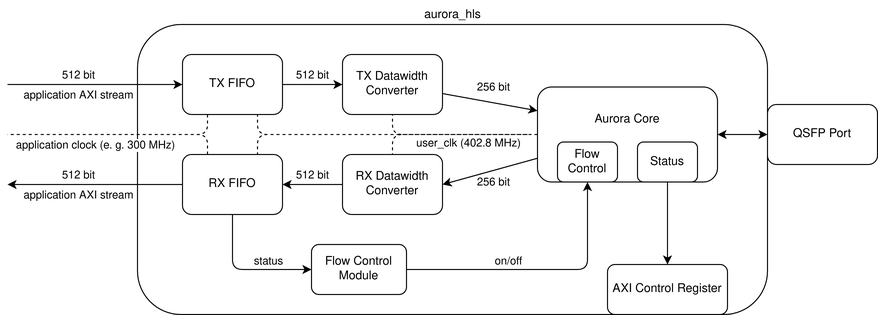
Earlier version of the draw.io export images/block_diagram.drawio.png (pc2/Aurora-HLS). Source tidied: cells renumbered, new cells last; positions are measured from the earlier drawing's top-left corner, leaving out a move shared by most shapes. Source of this version:
```xml
<mxGraphModel>
  <root>
    <mxCell id="0" />
    <mxCell id="1" parent="0" />
    <mxCell id="2" style="rounded=1;whiteSpace=wrap;html=1;" parent="1" vertex="1">
      <mxGeometry x="130" y="24" width="630" height="290" as="geometry" />
    </mxCell>
    <mxCell id="3" value="aurora_hls" style="text;html=1;align=center;verticalAlign=middle;strokeColor=none;fillColor=none;" parent="1" vertex="1">
      <mxGeometry x="405" width="80" height="30" as="geometry" />
    </mxCell>
    <mxCell id="4" style="edgeStyle=none;html=1;entryX=1;entryY=0.5;entryDx=0;entryDy=0;exitX=0;exitY=0.75;exitDx=0;exitDy=0;" parent="1" edge="1" source="5" target="12">
      <mxGeometry relative="1" as="geometry" />
    </mxCell>
    <mxCell id="5" value="Aurora Core&lt;br&gt;&lt;br&gt;&lt;br&gt;" style="rounded=1;whiteSpace=wrap;html=1;" parent="1" vertex="1">
      <mxGeometry x="530" y="86.5" width="180" height="95" as="geometry" />
    </mxCell>
    <mxCell id="6" style="edgeStyle=none;html=1;entryX=0;entryY=0.25;entryDx=0;entryDy=0;" parent="1" edge="1" source="8" target="5">
      <mxGeometry relative="1" as="geometry" />
    </mxCell>
    <mxCell id="7" value="256 bit" style="edgeLabel;html=1;align=center;verticalAlign=middle;" parent="6" vertex="1">
      <mxGeometry x="-0.55" y="-1" relative="1" as="geometry">
        <mxPoint x="29" y="-11" as="offset" />
      </mxGeometry>
    </mxCell>
    <mxCell id="8" value="TX Datawidth&lt;br&gt;Converter" style="rounded=1;whiteSpace=wrap;html=1;" parent="1" vertex="1">
      <mxGeometry x="335" y="54" width="100" height="60" as="geometry" />
    </mxCell>
    <mxCell id="9" value="QSFP Port" style="rounded=1;whiteSpace=wrap;html=1;" parent="1" vertex="1">
      <mxGeometry x="760" y="104" width="110" height="60" as="geometry" />
    </mxCell>
    <mxCell id="10" style="endArrow=classic;startArrow=classic;html=1;entryX=0;entryY=0.5;entryDx=0;entryDy=0;exitX=1;exitY=0.5;exitDx=0;exitDy=0;" parent="1" edge="1" source="5" target="9">
      <mxGeometry relative="1" as="geometry" />
    </mxCell>
    <mxCell id="11" style="edgeStyle=none;html=1;entryX=1;entryY=0.5;entryDx=0;entryDy=0;" parent="1" edge="1" source="12" target="17">
      <mxGeometry relative="1" as="geometry" />
    </mxCell>
    <mxCell id="12" value="RX Datawidth&lt;br&gt;Converter" style="rounded=1;whiteSpace=wrap;html=1;" parent="1" vertex="1">
      <mxGeometry x="335" y="154" width="100" height="60" as="geometry" />
    </mxCell>
    <mxCell id="13" value="256 bit" style="edgeLabel;html=1;align=center;verticalAlign=middle;" parent="1" vertex="1">
      <mxGeometry x="485" y="181.5" as="geometry" />
    </mxCell>
    <mxCell id="14" value="TX FIFO" style="rounded=1;whiteSpace=wrap;html=1;" parent="1" vertex="1">
      <mxGeometry x="175" y="54" width="100" height="60" as="geometry" />
    </mxCell>
    <mxCell id="15" style="edgeStyle=none;html=1;entryX=0;entryY=0.5;entryDx=0;entryDy=0;" parent="1" edge="1" source="17" target="39">
      <mxGeometry relative="1" as="geometry">
        <Array as="points">
          <mxPoint x="225" y="269" />
        </Array>
      </mxGeometry>
    </mxCell>
    <mxCell id="16" value="status" style="edgeLabel;html=1;align=center;verticalAlign=middle;" parent="15" vertex="1">
      <mxGeometry x="0.12" relative="1" as="geometry">
        <mxPoint x="15" y="-9" as="offset" />
      </mxGeometry>
    </mxCell>
    <mxCell id="17" value="RX FIFO" style="rounded=1;whiteSpace=wrap;html=1;" parent="1" vertex="1">
      <mxGeometry x="175" y="154" width="100" height="60" as="geometry" />
    </mxCell>
    <mxCell id="18" value="512 bit" style="edgeLabel;html=1;align=center;verticalAlign=middle;" parent="1" vertex="1">
      <mxGeometry x="304" y="174" as="geometry" />
    </mxCell>
    <mxCell id="19" style="endArrow=none;dashed=1;html=1;exitX=0;exitY=0.5;exitDx=0;exitDy=0;entryX=0.75;entryY=1;entryDx=0;entryDy=0;" parent="1" edge="1" source="5" target="14">
      <mxGeometry relative="1" as="geometry">
        <Array as="points">
          <mxPoint x="250" y="134" />
        </Array>
      </mxGeometry>
    </mxCell>
    <mxCell id="20" style="endArrow=none;dashed=1;html=1;exitX=0;exitY=0.5;exitDx=0;exitDy=0;entryX=0.75;entryY=0;entryDx=0;entryDy=0;" parent="1" edge="1" source="5" target="17">
      <mxGeometry relative="1" as="geometry">
        <Array as="points">
          <mxPoint x="250" y="134" />
        </Array>
      </mxGeometry>
    </mxCell>
    <mxCell id="21" style="endArrow=none;dashed=1;html=1;entryX=0.5;entryY=0;entryDx=0;entryDy=0;" parent="1" edge="1" target="12">
      <mxGeometry relative="1" as="geometry">
        <mxPoint x="520" y="134" as="sourcePoint" />
        <Array as="points">
          <mxPoint x="385" y="134" />
        </Array>
      </mxGeometry>
    </mxCell>
    <mxCell id="22" style="endArrow=none;dashed=1;html=1;entryX=0.5;entryY=1;entryDx=0;entryDy=0;" parent="1" edge="1" target="8">
      <mxGeometry relative="1" as="geometry">
        <mxPoint x="520" y="134" as="sourcePoint" />
        <Array as="points">
          <mxPoint x="385" y="134" />
        </Array>
      </mxGeometry>
    </mxCell>
    <mxCell id="23" value="user_clk (402.8 MHz)" style="edgeLabel;html=1;align=center;verticalAlign=middle;" parent="22" vertex="1">
      <mxGeometry x="0.08" y="-2" relative="1" as="geometry">
        <mxPoint x="24" y="10" as="offset" />
      </mxGeometry>
    </mxCell>
    <mxCell id="24" style="endArrow=none;dashed=1;html=1;exitX=0.25;exitY=1;exitDx=0;exitDy=0;" parent="1" edge="1" source="14">
      <mxGeometry relative="1" as="geometry">
        <mxPoint y="134" as="targetPoint" />
        <Array as="points">
          <mxPoint x="200" y="134" />
        </Array>
      </mxGeometry>
    </mxCell>
    <mxCell id="25" style="endArrow=none;dashed=1;html=1;exitX=0.25;exitY=0;exitDx=0;exitDy=0;" parent="1" edge="1" source="17">
      <mxGeometry relative="1" as="geometry">
        <mxPoint y="134" as="targetPoint" />
        <Array as="points">
          <mxPoint x="200" y="134" />
        </Array>
      </mxGeometry>
    </mxCell>
    <mxCell id="26" value="application clock (e. g. 300 MHz)" style="edgeLabel;html=1;align=center;verticalAlign=middle;" parent="25" vertex="1">
      <mxGeometry x="0.33" y="3" relative="1" as="geometry">
        <mxPoint x="13" y="7" as="offset" />
      </mxGeometry>
    </mxCell>
    <mxCell id="27" style="edgeStyle=none;html=1;entryX=0;entryY=0.5;entryDx=0;entryDy=0;exitX=1;exitY=0.5;exitDx=0;exitDy=0;" parent="1" edge="1" source="14" target="8">
      <mxGeometry relative="1" as="geometry" />
    </mxCell>
    <mxCell id="28" value="512 bit" style="edgeLabel;html=1;align=center;verticalAlign=middle;" parent="27" vertex="1">
      <mxGeometry x="-0.47" y="-1" relative="1" as="geometry">
        <mxPoint x="13" y="-11" as="offset" />
      </mxGeometry>
    </mxCell>
    <mxCell id="29" style="endArrow=classic;html=1;exitX=0;exitY=0.5;exitDx=0;exitDy=0;" parent="1" edge="1" source="17">
      <mxGeometry relative="1" as="geometry">
        <mxPoint y="184" as="targetPoint" />
      </mxGeometry>
    </mxCell>
    <mxCell id="30" value="application AXI stream" style="edgeLabel;html=1;align=center;verticalAlign=middle;" parent="29" vertex="1">
      <mxGeometry x="0.3" y="-3" relative="1" as="geometry">
        <mxPoint x="9" y="13" as="offset" />
      </mxGeometry>
    </mxCell>
    <mxCell id="31" style="endArrow=classic;html=1;entryX=0;entryY=0.5;entryDx=0;entryDy=0;" parent="1" edge="1" target="14">
      <mxGeometry relative="1" as="geometry">
        <mxPoint y="84" as="sourcePoint" />
      </mxGeometry>
    </mxCell>
    <mxCell id="32" value="512 bit" style="edgeLabel;html=1;align=center;verticalAlign=middle;" parent="31" vertex="1">
      <mxGeometry x="-0.36" y="3" relative="1" as="geometry">
        <mxPoint x="14" y="-7" as="offset" />
      </mxGeometry>
    </mxCell>
    <mxCell id="33" value="application AXI stream" style="edgeLabel;html=1;align=center;verticalAlign=middle;" parent="1" vertex="1">
      <mxGeometry x="70" y="94" as="geometry" />
    </mxCell>
    <mxCell id="34" value="Flow Control" style="rounded=1;whiteSpace=wrap;html=1;" parent="1" vertex="1">
      <mxGeometry x="550" y="141.5" width="60" height="40" as="geometry" />
    </mxCell>
    <mxCell id="35" style="edgeStyle=none;html=1;entryX=0.5;entryY=0;entryDx=0;entryDy=0;" parent="1" edge="1" source="36" target="40">
      <mxGeometry relative="1" as="geometry" />
    </mxCell>
    <mxCell id="36" value="Status" style="rounded=1;whiteSpace=wrap;html=1;" parent="1" vertex="1">
      <mxGeometry x="630" y="141.5" width="60" height="40" as="geometry" />
    </mxCell>
    <mxCell id="37" style="edgeStyle=none;html=1;entryX=0.5;entryY=1;entryDx=0;entryDy=0;" parent="1" edge="1" source="39" target="34">
      <mxGeometry relative="1" as="geometry">
        <Array as="points">
          <mxPoint x="580" y="269" />
        </Array>
      </mxGeometry>
    </mxCell>
    <mxCell id="38" value="on/off" style="edgeLabel;html=1;align=center;verticalAlign=middle;" parent="37" vertex="1">
      <mxGeometry x="-0.43" y="-2" relative="1" as="geometry">
        <mxPoint x="25" y="-11" as="offset" />
      </mxGeometry>
    </mxCell>
    <mxCell id="39" value="Flow Control&lt;br&gt;Module" style="rounded=1;whiteSpace=wrap;html=1;" parent="1" vertex="1">
      <mxGeometry x="304" y="244" width="95" height="50" as="geometry" />
    </mxCell>
    <mxCell id="40" value="AXI Control Register" style="rounded=1;whiteSpace=wrap;html=1;" parent="1" vertex="1">
      <mxGeometry x="600" y="264" width="120" height="50" as="geometry" />
    </mxCell>
    <mxCell id="41" value="512 bit" style="edgeLabel;html=1;align=center;verticalAlign=middle;" parent="1" vertex="1">
      <mxGeometry x="70" y="174" as="geometry" />
    </mxCell>
  </root>
</mxGraphModel>
```
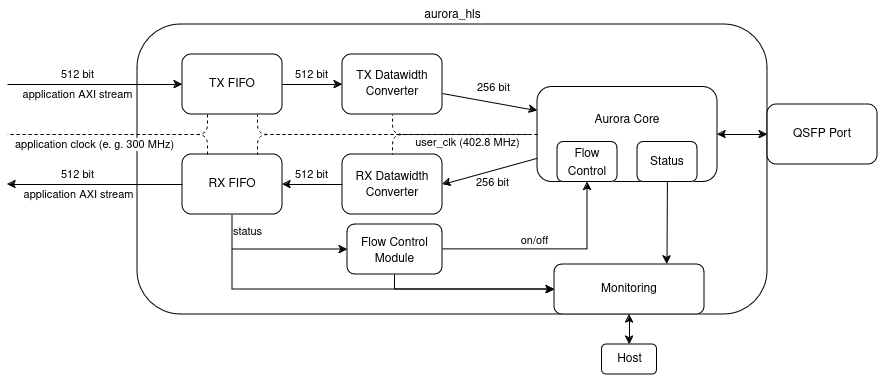
Above is the later version.

Commit message:
update block diagram

What changed in the source:
```diff
@@ -22,7 +22,7 @@
         <mxPoint x="29" y="-11" as="offset" />
       </mxGeometry>
     </mxCell>
-    <mxCell id="8" value="TX Datawidth&lt;br&gt;Converter" style="rounded=1;whiteSpace=wrap;html=1;" parent="1" vertex="1">
+    <mxCell id="8" style="rounded=1;whiteSpace=wrap;html=1;" parent="1" vertex="1">
       <mxGeometry x="335" y="54" width="100" height="60" as="geometry" />
     </mxCell>
     <mxCell id="9" value="QSFP Port" style="rounded=1;whiteSpace=wrap;html=1;" parent="1" vertex="1">
@@ -34,7 +34,7 @@
     <mxCell id="11" style="edgeStyle=none;html=1;entryX=1;entryY=0.5;entryDx=0;entryDy=0;" parent="1" edge="1" source="12" target="17">
       <mxGeometry relative="1" as="geometry" />
     </mxCell>
-    <mxCell id="12" value="RX Datawidth&lt;br&gt;Converter" style="rounded=1;whiteSpace=wrap;html=1;" parent="1" vertex="1">
+    <mxCell id="12" style="rounded=1;whiteSpace=wrap;html=1;" parent="1" vertex="1">
       <mxGeometry x="335" y="154" width="100" height="60" as="geometry" />
     </mxCell>
     <mxCell id="13" value="256 bit" style="edgeLabel;html=1;align=center;verticalAlign=middle;" parent="1" vertex="1">
@@ -43,16 +43,16 @@
     <mxCell id="14" value="TX FIFO" style="rounded=1;whiteSpace=wrap;html=1;" parent="1" vertex="1">
       <mxGeometry x="175" y="54" width="100" height="60" as="geometry" />
     </mxCell>
-    <mxCell id="15" style="edgeStyle=none;html=1;entryX=0;entryY=0.5;entryDx=0;entryDy=0;" parent="1" edge="1" source="17" target="39">
+    <mxCell id="15" style="edgeStyle=orthogonalEdgeStyle;rounded=0;jettySize=auto;html=1;entryX=0;entryY=0.5;entryDx=0;entryDy=0;" parent="1" edge="1" source="17" target="39">
       <mxGeometry relative="1" as="geometry">
         <Array as="points">
-          <mxPoint x="225" y="269" />
+          <mxPoint x="225" y="249" />
         </Array>
       </mxGeometry>
     </mxCell>
     <mxCell id="16" value="status" style="edgeLabel;html=1;align=center;verticalAlign=middle;" parent="15" vertex="1">
-      <mxGeometry x="0.12" relative="1" as="geometry">
-        <mxPoint x="15" y="-9" as="offset" />
+      <mxGeometry x="-0.78" y="1" relative="1" as="geometry">
+        <mxPoint x="14" as="offset" />
       </mxGeometry>
     </mxCell>
     <mxCell id="17" value="RX FIFO" style="rounded=1;whiteSpace=wrap;html=1;" parent="1" vertex="1">
@@ -148,35 +148,76 @@
     <mxCell id="33" value="application AXI stream" style="edgeLabel;html=1;align=center;verticalAlign=middle;" parent="1" vertex="1">
       <mxGeometry x="70" y="94" as="geometry" />
     </mxCell>
-    <mxCell id="34" value="Flow Control" style="rounded=1;whiteSpace=wrap;html=1;" parent="1" vertex="1">
+    <mxCell id="34" style="rounded=1;whiteSpace=wrap;html=1;" parent="1" vertex="1">
       <mxGeometry x="550" y="141.5" width="60" height="40" as="geometry" />
     </mxCell>
-    <mxCell id="35" style="edgeStyle=none;html=1;entryX=0.5;entryY=0;entryDx=0;entryDy=0;" parent="1" edge="1" source="36" target="40">
+    <mxCell id="35" style="edgeStyle=none;html=1;entryX=0.75;entryY=0;entryDx=0;entryDy=0;" parent="1" edge="1" source="36" target="40">
       <mxGeometry relative="1" as="geometry" />
     </mxCell>
     <mxCell id="36" value="Status" style="rounded=1;whiteSpace=wrap;html=1;" parent="1" vertex="1">
       <mxGeometry x="630" y="141.5" width="60" height="40" as="geometry" />
     </mxCell>
-    <mxCell id="37" style="edgeStyle=none;html=1;entryX=0.5;entryY=1;entryDx=0;entryDy=0;" parent="1" edge="1" source="39" target="34">
-      <mxGeometry relative="1" as="geometry">
-        <Array as="points">
-          <mxPoint x="580" y="269" />
-        </Array>
-      </mxGeometry>
+    <mxCell id="37" style="edgeStyle=orthogonalEdgeStyle;rounded=0;jettySize=auto;html=1;entryX=0.5;entryY=1;entryDx=0;entryDy=0;" parent="1" edge="1" source="39" target="34">
+      <mxGeometry relative="1" as="geometry" />
     </mxCell>
     <mxCell id="38" value="on/off" style="edgeLabel;html=1;align=center;verticalAlign=middle;" parent="37" vertex="1">
-      <mxGeometry x="-0.43" y="-2" relative="1" as="geometry">
-        <mxPoint x="25" y="-11" as="offset" />
+      <mxGeometry x="-0.14" y="1" relative="1" as="geometry">
+        <mxPoint y="-8" as="offset" />
       </mxGeometry>
     </mxCell>
+    <mxCell id="42" style="edgeStyle=orthogonalEdgeStyle;rounded=0;jettySize=auto;html=1;entryX=0;entryY=0.5;entryDx=0;entryDy=0;" parent="1" edge="1" source="39" target="40">
+      <mxGeometry relative="1" as="geometry">
+        <Array as="points">
+          <mxPoint x="388" y="289" />
+        </Array>
+      </mxGeometry>
+    </mxCell>
-    <mxCell id="39" value="Flow Control&lt;br&gt;Module" style="rounded=1;whiteSpace=wrap;html=1;" parent="1" vertex="1">
-      <mxGeometry x="304" y="244" width="95" height="50" as="geometry" />
+    <mxCell id="39" style="rounded=1;whiteSpace=wrap;html=1;" parent="1" vertex="1">
+      <mxGeometry x="340" y="224" width="95" height="50" as="geometry" />
     </mxCell>
-    <mxCell id="40" value="AXI Control Register" style="rounded=1;whiteSpace=wrap;html=1;" parent="1" vertex="1">
-      <mxGeometry x="600" y="264" width="120" height="50" as="geometry" />
+    <mxCell id="40" value="Monitoring" style="rounded=1;whiteSpace=wrap;html=1;" parent="1" vertex="1">
+      <mxGeometry x="547" y="264" width="150" height="50" as="geometry" />
     </mxCell>
     <mxCell id="41" value="512 bit" style="edgeLabel;html=1;align=center;verticalAlign=middle;" parent="1" vertex="1">
       <mxGeometry x="70" y="174" as="geometry" />
     </mxCell>
+    <mxCell id="43" style="endArrow=classic;html=1;rounded=0;entryX=0;entryY=0.5;entryDx=0;entryDy=0;" parent="1" edge="1" target="40">
+      <mxGeometry relative="1" as="geometry">
+        <mxPoint x="225" y="249" as="sourcePoint" />
+        <Array as="points">
+          <mxPoint x="225" y="289" />
+        </Array>
+      </mxGeometry>
+    </mxCell>
+    <mxCell id="44" value="&lt;div&gt;Flow&lt;/div&gt;" style="text;html=1;align=center;verticalAlign=middle;whiteSpace=wrap;rounded=0;" parent="1" vertex="1">
+      <mxGeometry x="555" y="144" width="50" height="20" as="geometry" />
+    </mxCell>
+    <mxCell id="45" value="Control" style="text;html=1;align=center;verticalAlign=middle;whiteSpace=wrap;rounded=0;" parent="1" vertex="1">
+      <mxGeometry x="555" y="161.5" width="50" height="20" as="geometry" />
+    </mxCell>
+    <mxCell id="46" value="RX Datawidth" style="text;html=1;align=center;verticalAlign=middle;whiteSpace=wrap;rounded=0;" parent="1" vertex="1">
+      <mxGeometry x="340" y="161.5" width="90" height="30" as="geometry" />
+    </mxCell>
+    <mxCell id="47" value="Converter" style="text;html=1;align=center;verticalAlign=middle;whiteSpace=wrap;rounded=0;" parent="1" vertex="1">
+      <mxGeometry x="340" y="177.5" width="90" height="30" as="geometry" />
+    </mxCell>
+    <mxCell id="48" value="TX Datawidth" style="text;html=1;align=center;verticalAlign=middle;whiteSpace=wrap;rounded=0;" parent="1" vertex="1">
+      <mxGeometry x="340" y="61" width="90" height="30" as="geometry" />
+    </mxCell>
+    <mxCell id="49" value="Converter" style="text;html=1;align=center;verticalAlign=middle;whiteSpace=wrap;rounded=0;" parent="1" vertex="1">
+      <mxGeometry x="340" y="77" width="90" height="30" as="geometry" />
+    </mxCell>
+    <mxCell id="50" style="endArrow=classic;startArrow=classic;html=1;rounded=0;entryX=0.5;entryY=1;entryDx=0;entryDy=0;exitX=0.5;exitY=0;exitDx=0;exitDy=0;" parent="1" edge="1" source="51" target="40">
+      <mxGeometry relative="1" as="geometry" />
+    </mxCell>
+    <mxCell id="51" value="Host" style="rounded=1;whiteSpace=wrap;html=1;" parent="1" vertex="1">
+      <mxGeometry x="594.5" y="344" width="55" height="30" as="geometry" />
+    </mxCell>
+    <mxCell id="52" value="Flow Control" style="text;html=1;align=center;verticalAlign=middle;whiteSpace=wrap;rounded=0;" parent="1" vertex="1">
+      <mxGeometry x="345" y="228" width="85" height="30" as="geometry" />
+    </mxCell>
+    <mxCell id="53" value="Module" style="text;html=1;align=center;verticalAlign=middle;whiteSpace=wrap;rounded=0;" parent="1" vertex="1">
+      <mxGeometry x="345" y="244" width="85" height="30" as="geometry" />
+    </mxCell>
   </root>
 </mxGraphModel>
```
